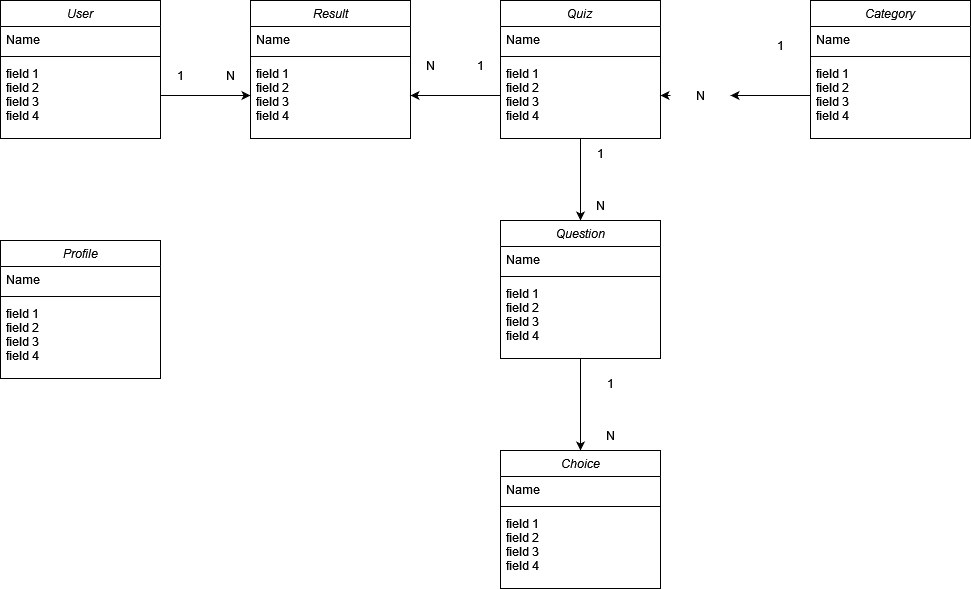
mikolaz27/quiz_2024 keeps this draw.io diagram as docs/db_schema.drawio.png. Above is the earlier version. Source tidied: cells renumbered, new cells last; positions are measured from the earlier drawing's top-left corner, leaving out a move shared by most shapes.
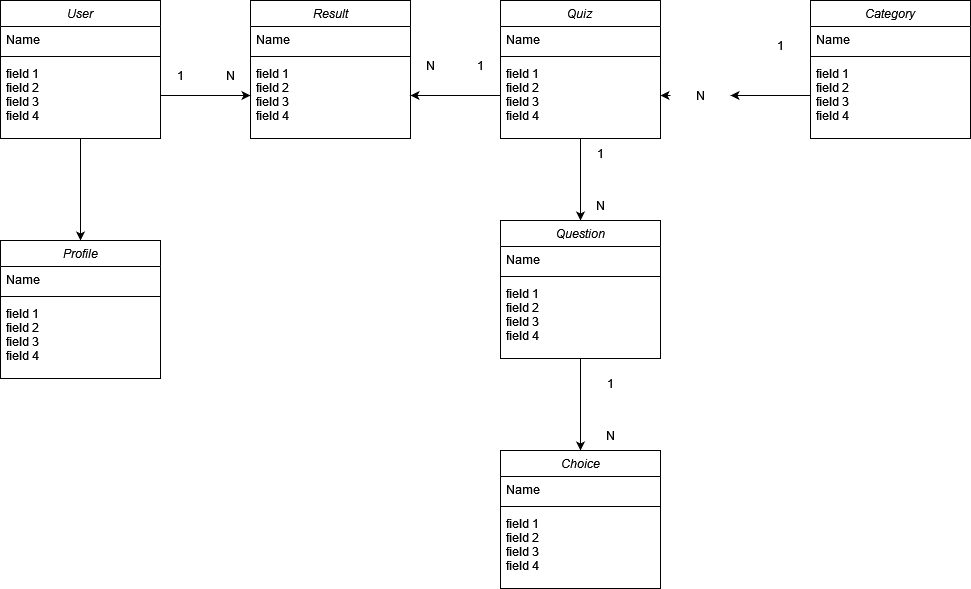
The same file after the commit.

What changed in the source:
```diff
@@ -56,6 +56,9 @@
     <mxCell id="19" value="field 1&#10;field 2&#10;field 3&#10;field 4&#10;" style="text;align=left;verticalAlign=top;spacingLeft=4;spacingRight=4;overflow=hidden;" parent="16" vertex="1">
       <mxGeometry y="60" width="160" height="70" as="geometry" />
     </mxCell>
+    <mxCell id="46" style="edgeStyle=orthogonalEdgeStyle;rounded=0;jettySize=auto;html=1;exitX=0.5;exitY=1;exitDx=0;exitDy=0;entryX=0.5;entryY=0;entryDx=0;entryDy=0;" parent="1" edge="1" source="20" target="24">
+      <mxGeometry relative="1" as="geometry" />
+    </mxCell>
     <mxCell id="20" value="User" style="swimlane;fontStyle=2;align=center;verticalAlign=top;horizontal=1;startSize=26;rounded=0;shadow=0;strokeWidth=1;" parent="1" vertex="1">
       <mxGeometry width="160" height="138" as="geometry" />
     </mxCell>
```
